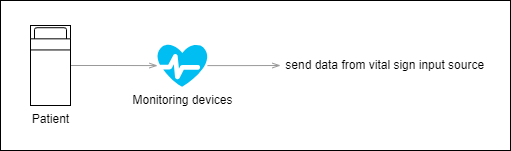
This is images/actor-patient.drawio.png from formalizator/Ctrl-Arch-Elite, a draw.io export, as it was before one commit. Source tidied: cells renumbered, new cells last; positions are measured from the earlier drawing's top-left corner, leaving out a move shared by most shapes. Source of this version:
```xml
<mxGraphModel>
  <root>
    <mxCell id="0" />
    <mxCell id="1" parent="0" />
    <mxCell id="2" style="rounded=0;whiteSpace=wrap;html=1;" parent="1" vertex="1">
      <mxGeometry width="510" height="150" as="geometry" />
    </mxCell>
    <mxCell id="3" style="edgeStyle=orthogonalEdgeStyle;rounded=0;jettySize=auto;html=1;strokeColor=#999999;endArrow=openThin;endFill=0;" parent="1" edge="1" source="4" target="7">
      <mxGeometry relative="1" as="geometry" />
    </mxCell>
    <mxCell id="4" value="Patient" style="verticalLabelPosition=bottom;html=1;verticalAlign=top;align=center;shape=mxgraph.floorplan.bed_single;" parent="1" vertex="1">
      <mxGeometry x="30" y="25" width="40" height="80" as="geometry" />
    </mxCell>
    <mxCell id="5" value="&amp;nbsp;send data from&amp;nbsp;vital sign input source" style="text;html=1;align=left;verticalAlign=middle;points=[];strokeColor=none;fillColor=none;" parent="1" vertex="1">
      <mxGeometry x="280" y="50" width="230" height="30" as="geometry" />
    </mxCell>
    <mxCell id="6" style="edgeStyle=orthogonalEdgeStyle;rounded=0;jettySize=auto;html=1;strokeColor=#999999;endArrow=openThin;endFill=0;" parent="1" edge="1" source="7" target="5">
      <mxGeometry relative="1" as="geometry" />
    </mxCell>
    <mxCell id="7" value="Monitoring devices" style="verticalLabelPosition=bottom;html=1;verticalAlign=top;align=center;strokeColor=none;fillColor=#00BEF2;shape=mxgraph.azure.health_monitoring;" parent="1" vertex="1">
      <mxGeometry x="157" y="43.8" width="50" height="42.5" as="geometry" />
    </mxCell>
  </root>
</mxGraphModel>
```
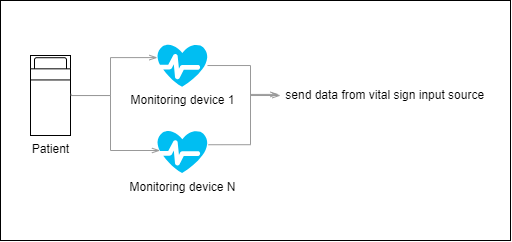
Above is the later version.

Commit message:
Multiple devices, removed FR/NFR matrix

The edit, as a diff of the source:
```diff
@@ -3,22 +3,54 @@
     <mxCell id="0" />
     <mxCell id="1" parent="0" />
     <mxCell id="2" style="rounded=0;whiteSpace=wrap;html=1;" parent="1" vertex="1">
-      <mxGeometry width="510" height="150" as="geometry" />
+      <mxGeometry width="510" height="240" as="geometry" />
     </mxCell>
-    <mxCell id="3" style="edgeStyle=orthogonalEdgeStyle;rounded=0;jettySize=auto;html=1;strokeColor=#999999;endArrow=openThin;endFill=0;" parent="1" edge="1" source="4" target="7">
-      <mxGeometry relative="1" as="geometry" />
+    <mxCell id="3" style="edgeStyle=orthogonalEdgeStyle;rounded=0;jettySize=auto;html=1;strokeColor=#999999;endArrow=openThin;endFill=0;entryX=-0.002;entryY=0.314;entryDx=0;entryDy=0;entryPerimeter=0;" parent="1" edge="1" source="4" target="7">
+      <mxGeometry relative="1" as="geometry">
+        <Array as="points">
+          <mxPoint x="110" y="95" />
+          <mxPoint x="110" y="57" />
+        </Array>
+      </mxGeometry>
     </mxCell>
     <mxCell id="4" value="Patient" style="verticalLabelPosition=bottom;html=1;verticalAlign=top;align=center;shape=mxgraph.floorplan.bed_single;" parent="1" vertex="1">
-      <mxGeometry x="30" y="25" width="40" height="80" as="geometry" />
+      <mxGeometry x="30" y="55" width="40" height="80" as="geometry" />
     </mxCell>
     <mxCell id="5" value="&amp;nbsp;send data from&amp;nbsp;vital sign input source" style="text;html=1;align=left;verticalAlign=middle;points=[];strokeColor=none;fillColor=none;" parent="1" vertex="1">
-      <mxGeometry x="280" y="50" width="230" height="30" as="geometry" />
+      <mxGeometry x="280" y="80" width="230" height="30" as="geometry" />
     </mxCell>
-    <mxCell id="6" style="edgeStyle=orthogonalEdgeStyle;rounded=0;jettySize=auto;html=1;strokeColor=#999999;endArrow=openThin;endFill=0;" parent="1" edge="1" source="7" target="5">
-      <mxGeometry relative="1" as="geometry" />
+    <mxCell id="6" style="edgeStyle=orthogonalEdgeStyle;rounded=0;jettySize=auto;html=1;strokeColor=#999999;endArrow=openThin;endFill=0;" parent="1" edge="1" source="7">
+      <mxGeometry relative="1" as="geometry">
+        <mxPoint x="280" y="95" as="targetPoint" />
+        <Array as="points">
+          <mxPoint x="250" y="65" />
+          <mxPoint x="250" y="95" />
+        </Array>
+      </mxGeometry>
     </mxCell>
-    <mxCell id="7" value="Monitoring devices" style="verticalLabelPosition=bottom;html=1;verticalAlign=top;align=center;strokeColor=none;fillColor=#00BEF2;shape=mxgraph.azure.health_monitoring;" parent="1" vertex="1">
+    <mxCell id="7" value="Monitoring device 1" style="verticalLabelPosition=bottom;html=1;verticalAlign=top;align=center;strokeColor=none;fillColor=#00BEF2;shape=mxgraph.azure.health_monitoring;" parent="1" vertex="1">
       <mxGeometry x="157" y="43.8" width="50" height="42.5" as="geometry" />
     </mxCell>
+    <mxCell id="8" value="Monitoring device N" style="verticalLabelPosition=bottom;html=1;verticalAlign=top;align=center;strokeColor=none;fillColor=#00BEF2;shape=mxgraph.azure.health_monitoring;" parent="1" vertex="1">
+      <mxGeometry x="157" y="130" width="50" height="42.5" as="geometry" />
+    </mxCell>
+    <mxCell id="9" style="edgeStyle=orthogonalEdgeStyle;rounded=0;jettySize=auto;html=1;strokeColor=#999999;endArrow=openThin;endFill=0;exitX=1.017;exitY=0.479;exitDx=0;exitDy=0;exitPerimeter=0;entryX=0.05;entryY=0.48;entryDx=0;entryDy=0;entryPerimeter=0;" parent="1" edge="1" source="4" target="8">
+      <mxGeometry relative="1" as="geometry">
+        <Array as="points">
+          <mxPoint x="71" y="95" />
+          <mxPoint x="110" y="95" />
+          <mxPoint x="110" y="150" />
+          <mxPoint x="160" y="150" />
+        </Array>
+      </mxGeometry>
+    </mxCell>
+    <mxCell id="10" style="edgeStyle=orthogonalEdgeStyle;rounded=0;jettySize=auto;html=1;strokeColor=#999999;endArrow=openThin;endFill=0;exitX=1.019;exitY=0.335;exitDx=0;exitDy=0;exitPerimeter=0;entryX=-0.009;entryY=0.463;entryDx=0;entryDy=0;entryPerimeter=0;" parent="1" edge="1" source="8" target="5">
+      <mxGeometry relative="1" as="geometry">
+        <Array as="points">
+          <mxPoint x="250" y="144" />
+          <mxPoint x="250" y="94" />
+        </Array>
+      </mxGeometry>
+    </mxCell>
   </root>
 </mxGraphModel>
```
